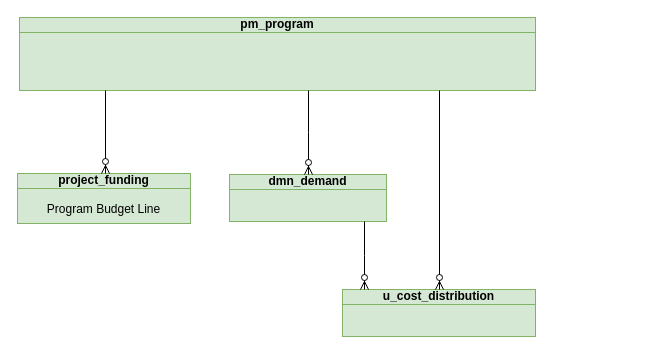
The draw.io diagram page "mProgram2" (8 of 11) of Wac.drawio in algimas/tmp, before the edit. Source tidied: cells renumbered, new cells numbered last; positions are measured from the earlier drawing's top-left corner, leaving out a move shared by most shapes. Both pictures are drawn from the tidied source at 100%, with x=0, y=0 at pixel (17, 17).
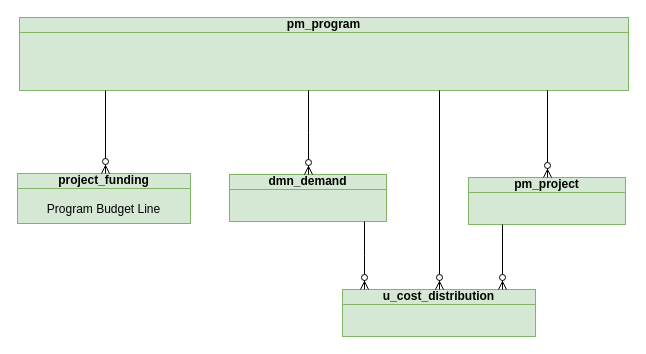
Above is the later version.

Diff of the diagram source:
```diff
@@
 <mxGraphModel>
   <root>
     <mxCell id="0" />
     <mxCell id="1" parent="0" />
     <mxCell id="2" value="&lt;b&gt;pm_program&lt;/b&gt;&lt;div&gt;&lt;br&gt;&lt;/div&gt;&lt;div&gt;&lt;br&gt;&lt;/div&gt;" style="html=1;outlineConnect=0;whiteSpace=wrap;fillColor=#d5e8d4;shape=mxgraph.archimate3.businessObject;overflow=fill;strokeColor=#82b366;fontStyle=0;fontSize=12;shadow=0;" parent="1" vertex="1">
-      <mxGeometry x="2" width="516" height="73" as="geometry" />
+      <mxGeometry x="2" width="609" height="73" as="geometry" />
     </mxCell>
     <mxCell id="3" value="&lt;b&gt;project_funding&lt;/b&gt;&lt;div&gt;&lt;b&gt;&lt;br&gt;&lt;/b&gt;&lt;div&gt;Program Budget Line&lt;b&gt;&lt;/b&gt;&lt;/div&gt;&lt;/div&gt;" style="html=1;outlineConnect=0;whiteSpace=wrap;fillColor=#d5e8d4;shape=mxgraph.archimate3.businessObject;overflow=fill;strokeColor=#82b366;fontStyle=0;fontSize=12;shadow=0;" parent="1" vertex="1">
       <mxGeometry y="156" width="173" height="50" as="geometry" />
     </mxCell>
     <mxCell id="4" style="fontSize=12;html=1;endArrow=ERzeroToMany;endFill=1;rounded=0;fontStyle=0;edgeStyle=elbowEdgeStyle;" parent="1" edge="1" source="2" target="3">
       <mxGeometry relative="1" as="geometry" />
     </mxCell>
     <mxCell id="5" value="&lt;b&gt;u_cost_distribution&lt;/b&gt;" style="html=1;outlineConnect=0;whiteSpace=wrap;fillColor=#d5e8d4;shape=mxgraph.archimate3.businessObject;overflow=fill;strokeColor=#82b366;fontStyle=0;fontSize=12;shadow=0;" parent="1" vertex="1">
       <mxGeometry x="325" y="272" width="193" height="47" as="geometry" />
     </mxCell>
     <mxCell id="6" style="fontSize=12;html=1;endArrow=ERzeroToMany;endFill=1;rounded=0;fontStyle=0;edgeStyle=elbowEdgeStyle;" parent="1" edge="1" source="2" target="5">
       <mxGeometry relative="1" as="geometry" />
     </mxCell>
     <mxCell id="7" value="&lt;b&gt;dmn_demand&lt;/b&gt;" style="html=1;outlineConnect=0;whiteSpace=wrap;fillColor=#d5e8d4;shape=mxgraph.archimate3.businessObject;overflow=fill;strokeColor=#82b366;fontStyle=0;fontSize=12;shadow=0;" parent="1" vertex="1">
       <mxGeometry x="212" y="157" width="157" height="47" as="geometry" />
     </mxCell>
     <mxCell id="8" style="fontSize=12;html=1;endArrow=ERzeroToMany;endFill=1;rounded=0;fontStyle=0;edgeStyle=elbowEdgeStyle;" parent="1" edge="1" source="2" target="7">
       <mxGeometry relative="1" as="geometry" />
     </mxCell>
     <mxCell id="9" style="fontSize=12;html=1;endArrow=ERzeroToMany;endFill=1;rounded=0;fontStyle=0;edgeStyle=elbowEdgeStyle;" parent="1" edge="1" source="7" target="5">
       <mxGeometry relative="1" as="geometry" />
     </mxCell>
+    <mxCell id="10" value="&lt;b&gt;pm_project&lt;/b&gt;" style="html=1;outlineConnect=0;whiteSpace=wrap;fillColor=#d5e8d4;shape=mxgraph.archimate3.businessObject;overflow=fill;strokeColor=#82b366;fontStyle=0;fontSize=12;shadow=0;" parent="1" vertex="1">
+      <mxGeometry x="451" y="160" width="157" height="47" as="geometry" />
+    </mxCell>
+    <mxCell id="11" style="fontSize=12;html=1;endArrow=ERzeroToMany;endFill=1;rounded=0;fontStyle=0;edgeStyle=elbowEdgeStyle;" parent="1" edge="1" source="2" target="10">
+      <mxGeometry relative="1" as="geometry" />
+    </mxCell>
+    <mxCell id="12" style="fontSize=12;html=1;endArrow=ERzeroToMany;endFill=1;rounded=0;fontStyle=0;edgeStyle=elbowEdgeStyle;" parent="1" edge="1" source="10" target="5">
+      <mxGeometry relative="1" as="geometry" />
+    </mxCell>
   </root>
 </mxGraphModel>
```
